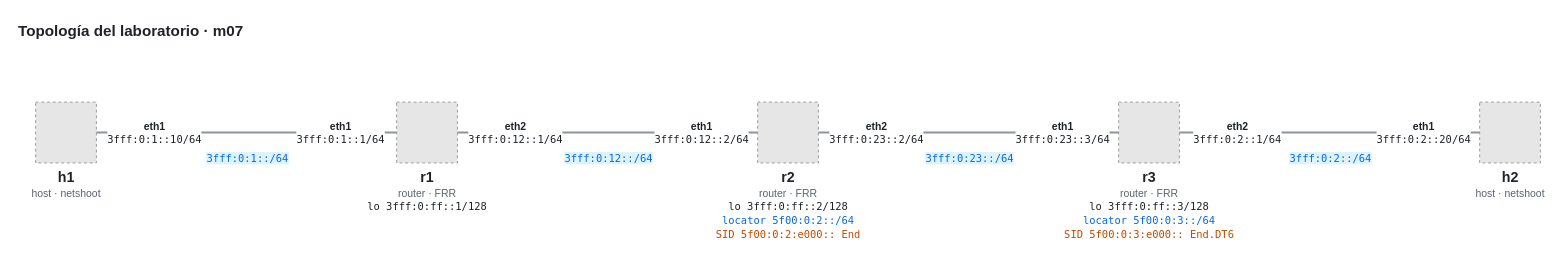
Before: 07-sid-srh/lab/topologia.drawio in vitokosk8/aprendiendo-srv6, a draw.io diagram. Source tidied: cells renumbered, new cells numbered last; positions are measured from the earlier drawing's top-left corner, leaving out a move shared by most shapes. Both pictures are drawn from the tidied source at 95%, with x=0, y=0 at pixel (16, 16). Pictures stored in the file or linked from it are replaced by grey dashed boxes.
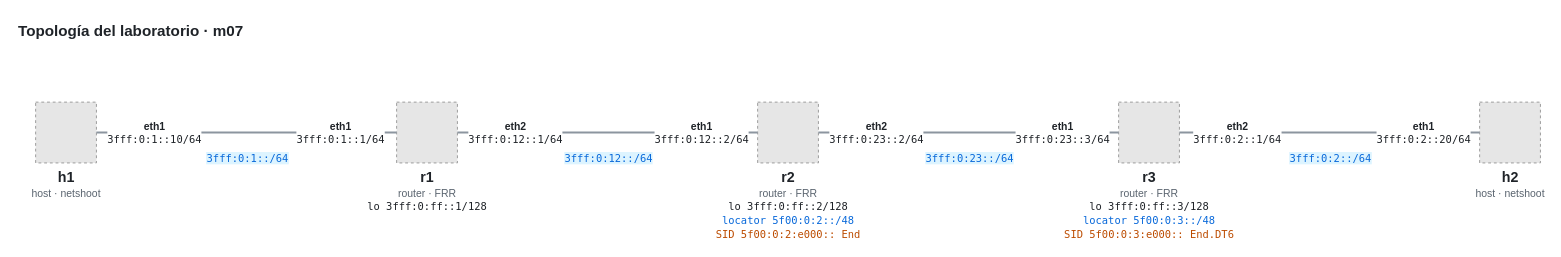
After the change.

What changed in the source:
```diff
@@
-    <mxCell id="5" value="&lt;b style=&quot;font-size:15px&quot;&gt;r2&lt;/b&gt;&lt;br&gt;&lt;span style=&quot;color:#59636e;font-size:11px&quot;&gt;router · FRR&lt;/span&gt;&lt;br&gt;&lt;span style=&quot;font-family:Menlo,Consolas,monospace;font-size:11px&quot;&gt;lo 3fff:0:ff::2/128&lt;/span&gt;&lt;br&gt;&lt;span style=&quot;font-family:Menlo,Consolas,monospace;font-size:11px;color:#0969da&quot;&gt;locator 5f00:0:2::/64&lt;/span&gt;&lt;br&gt;&lt;span style=&quot;font-family:Menlo,Consolas,monospace;font-size:11px;color:#bc4c00&quot;&gt;SID 5f00:0:2:e000:: End&lt;/span&gt;" style="fillColor=#E6E6E6;strokeColor=#999999;dashed=1;html=1;verticalLabelPosition=bottom;verticalAlign=top;labelBackgroundColor=none;fontFamily=Helvetica;fontColor=#1f2328;" parent="1" vertex="1">
+    <mxCell id="5" value="&lt;b style=&quot;font-size:15px&quot;&gt;r2&lt;/b&gt;&lt;br&gt;&lt;span style=&quot;color:#59636e;font-size:11px&quot;&gt;router · FRR&lt;/span&gt;&lt;br&gt;&lt;span style=&quot;font-family:Menlo,Consolas,monospace;font-size:11px&quot;&gt;lo 3fff:0:ff::2/128&lt;/span&gt;&lt;br&gt;&lt;span style=&quot;font-family:Menlo,Consolas,monospace;font-size:11px;color:#0969da&quot;&gt;locator 5f00:0:2::/48&lt;/span&gt;&lt;br&gt;&lt;span style=&quot;font-family:Menlo,Consolas,monospace;font-size:11px;color:#bc4c00&quot;&gt;SID 5f00:0:2:e000:: End&lt;/span&gt;" style="fillColor=#E6E6E6;strokeColor=#999999;dashed=1;html=1;verticalLabelPosition=bottom;verticalAlign=top;labelBackgroundColor=none;fontFamily=Helvetica;fontColor=#1f2328;" parent="1" vertex="1">
       <mxGeometry x="780" y="90" width="64" height="64" as="geometry" />
     </mxCell>
-    <mxCell id="6" value="&lt;b style=&quot;font-size:15px&quot;&gt;r3&lt;/b&gt;&lt;br&gt;&lt;span style=&quot;color:#59636e;font-size:11px&quot;&gt;router · FRR&lt;/span&gt;&lt;br&gt;&lt;span style=&quot;font-family:Menlo,Consolas,monospace;font-size:11px&quot;&gt;lo 3fff:0:ff::3/128&lt;/span&gt;&lt;br&gt;&lt;span style=&quot;font-family:Menlo,Consolas,monospace;font-size:11px;color:#0969da&quot;&gt;locator 5f00:0:3::/64&lt;/span&gt;&lt;br&gt;&lt;span style=&quot;font-family:Menlo,Consolas,monospace;font-size:11px;color:#bc4c00&quot;&gt;SID 5f00:0:3:e000:: End.DT6&lt;/span&gt;" style="fillColor=#E6E6E6;strokeColor=#999999;dashed=1;html=1;verticalLabelPosition=bottom;verticalAlign=top;labelBackgroundColor=none;fontFamily=Helvetica;fontColor=#1f2328;" parent="1" vertex="1">
+    <mxCell id="6" value="&lt;b style=&quot;font-size:15px&quot;&gt;r3&lt;/b&gt;&lt;br&gt;&lt;span style=&quot;color:#59636e;font-size:11px&quot;&gt;router · FRR&lt;/span&gt;&lt;br&gt;&lt;span style=&quot;font-family:Menlo,Consolas,monospace;font-size:11px&quot;&gt;lo 3fff:0:ff::3/128&lt;/span&gt;&lt;br&gt;&lt;span style=&quot;font-family:Menlo,Consolas,monospace;font-size:11px;color:#0969da&quot;&gt;locator 5f00:0:3::/48&lt;/span&gt;&lt;br&gt;&lt;span style=&quot;font-family:Menlo,Consolas,monospace;font-size:11px;color:#bc4c00&quot;&gt;SID 5f00:0:3:e000:: End.DT6&lt;/span&gt;" style="fillColor=#E6E6E6;strokeColor=#999999;dashed=1;html=1;verticalLabelPosition=bottom;verticalAlign=top;labelBackgroundColor=none;fontFamily=Helvetica;fontColor=#1f2328;" parent="1" vertex="1">
       <mxGeometry x="1160" y="90" width="64" height="64" as="geometry" />
     </mxCell>
```
